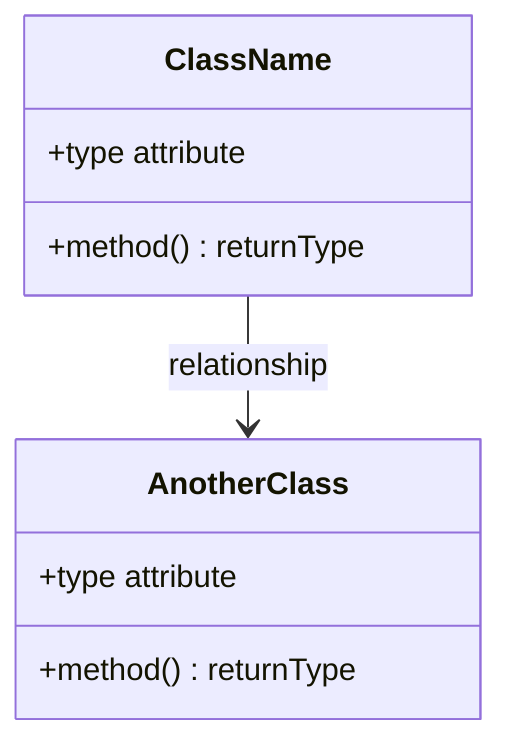
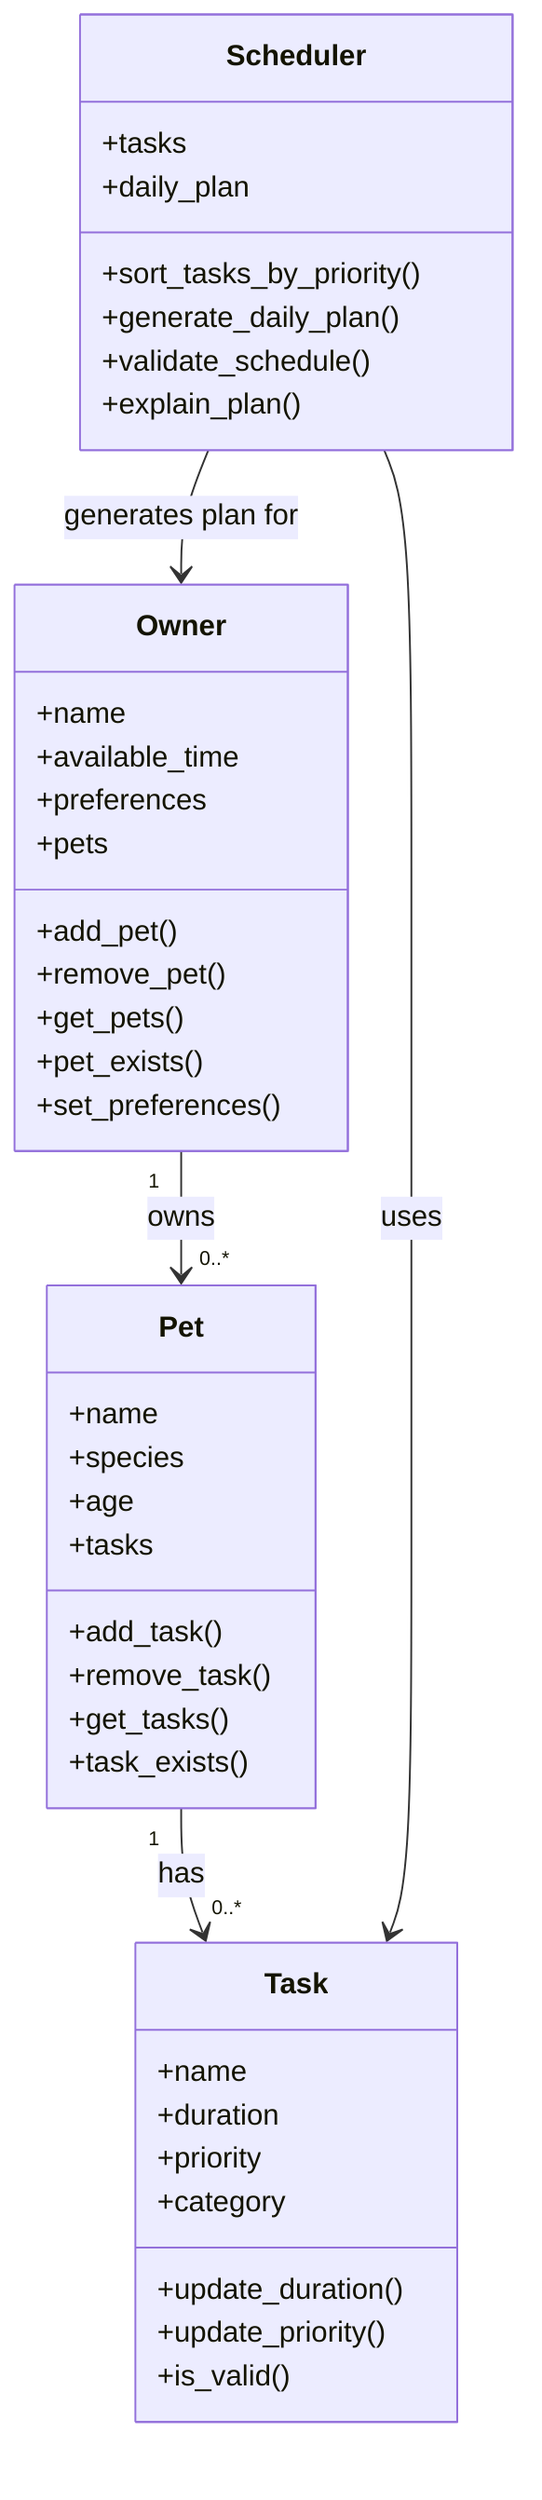
classDiagram
-     %% Replace the placeholders below with your actual classes, attributes, methods, and relationships.
-     %% Keep this file updated so it matches your final implementation.
- 
-     class ClassName {
-         +type attribute
-         +method() returnType
+     class Owner {
+         +name
+         +available_time
+         +preferences
+         +pets
+         +add_pet()
+         +remove_pet()
+         +get_pets()
+         +pet_exists()
+         +set_preferences()
    }

-     class AnotherClass {
-         +type attribute
-         +method() returnType
+     class Pet {
+         +name
+         +species
+         +age
+         +tasks
+         +add_task()
+         +remove_task()
+         +get_tasks()
+         +task_exists()
    }

-     ClassName --> AnotherClass : relationship
+     class Task {
+         +name
+         +duration
+         +priority
+         +category
+         +update_duration()
+         +update_priority()
+         +is_valid()
+     }
+ 
+     class Scheduler {
+         +tasks
+         +daily_plan
+         +sort_tasks_by_priority()
+         +generate_daily_plan()
+         +validate_schedule()
+         +explain_plan()
+     }
+ 
+     Owner "1" --> "0..*" Pet : owns
+     Pet "1" --> "0..*" Task : has
+     Scheduler --> Task : uses
+     Scheduler --> Owner : generates plan for
